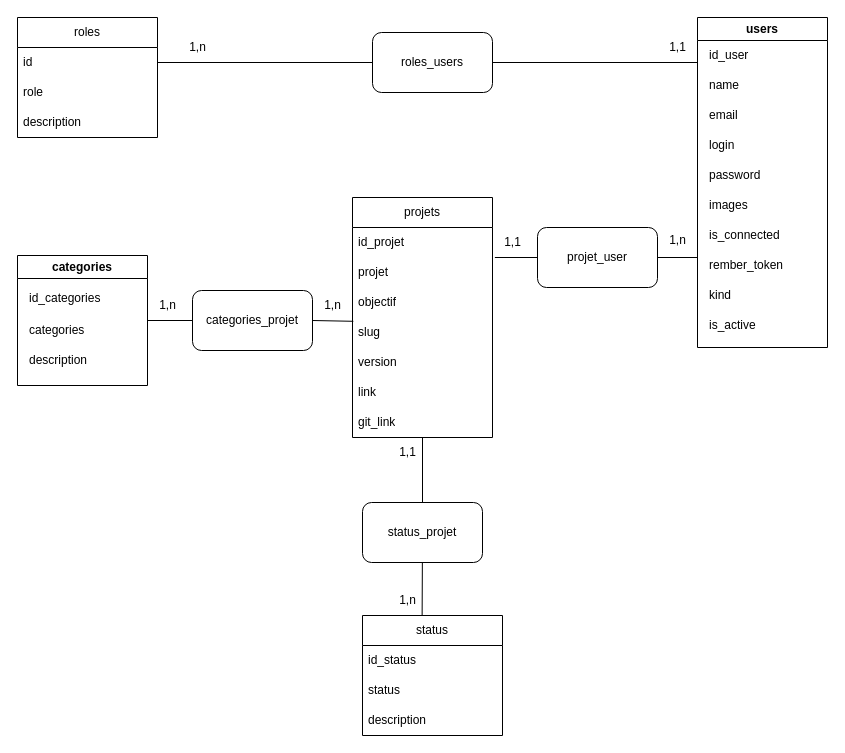
This is portefolio.drawio from bonheurKhmr/portefolio-backend, a draw.io file, before an edit. Source tidied: cells renumbered, new cells numbered last; positions are measured from the earlier drawing's top-left corner, leaving out a move shared by most shapes. Both pictures are drawn from the tidied source at 100%, with x=0, y=0 at pixel (17, 17).
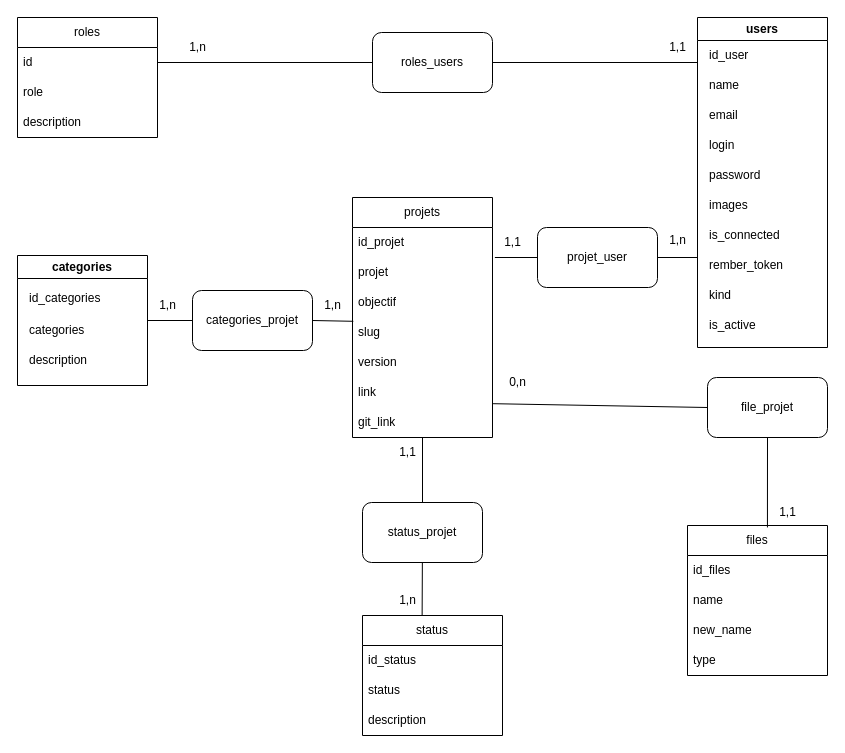
The same diagram, later.

The change refers to these unchanged cells:
```xml
<mxCell id="36" value="link" style="text;strokeColor=none;fillColor=none;align=left;verticalAlign=middle;spacingLeft=4;spacingRight=4;overflow=hidden;points=[[0,0.5],[1,0.5]];portConstraint=eastwest;whiteSpace=wrap;html=1;" parent="30" vertex="1">
  <mxGeometry y="180" width="140" height="30" as="geometry" />
</mxCell>
```

The edit, as a diff of the source:
```diff
@@
+    <mxCell id="53" value="files" style="swimlane;fontStyle=0;horizontal=1;startSize=30;whiteSpace=wrap;html=1;" parent="1" vertex="1">
+      <mxGeometry x="670" y="508" width="140" height="150" as="geometry" />
+    </mxCell>
+    <mxCell id="54" value="id_files" style="text;strokeColor=none;fillColor=none;align=left;verticalAlign=middle;spacingLeft=4;spacingRight=4;overflow=hidden;whiteSpace=wrap;html=1;" parent="53" vertex="1">
+      <mxGeometry y="30" width="140" height="30" as="geometry" />
+    </mxCell>
+    <mxCell id="55" value="name" style="text;strokeColor=none;fillColor=none;align=left;verticalAlign=middle;spacingLeft=4;spacingRight=4;overflow=hidden;whiteSpace=wrap;html=1;" parent="53" vertex="1">
+      <mxGeometry y="60" width="140" height="30" as="geometry" />
+    </mxCell>
+    <mxCell id="56" value="new_name" style="text;strokeColor=none;fillColor=none;align=left;verticalAlign=middle;spacingLeft=4;spacingRight=4;overflow=hidden;whiteSpace=wrap;html=1;" parent="53" vertex="1">
+      <mxGeometry y="90" width="140" height="30" as="geometry" />
+    </mxCell>
+    <mxCell id="57" value="type" style="text;strokeColor=none;fillColor=none;align=left;verticalAlign=middle;spacingLeft=4;spacingRight=4;overflow=hidden;whiteSpace=wrap;html=1;" parent="53" vertex="1">
+      <mxGeometry y="120" width="140" height="30" as="geometry" />
+    </mxCell>
+    <mxCell id="58" value="file_&lt;span style=&quot;background-color: initial;&quot;&gt;projet&lt;/span&gt;" style="rounded=1;whiteSpace=wrap;html=1;" parent="1" vertex="1">
+      <mxGeometry x="690" y="360" width="120" height="60" as="geometry" />
+    </mxCell>
+    <mxCell id="59" style="endArrow=none;html=1;rounded=0;entryX=0.5;entryY=1;entryDx=0;entryDy=0;exitX=0.571;exitY=0.013;exitDx=0;exitDy=0;exitPerimeter=0;" parent="1" edge="1" source="53" target="58">
+      <mxGeometry relative="1" as="geometry" />
+    </mxCell>
+    <mxCell id="60" style="endArrow=none;html=1;rounded=0;entryX=0;entryY=0.5;entryDx=0;entryDy=0;exitX=1.004;exitY=0.873;exitDx=0;exitDy=0;exitPerimeter=0;" parent="1" edge="1" source="36" target="58">
+      <mxGeometry relative="1" as="geometry" />
+    </mxCell>
+    <mxCell id="61" value="1,1" style="text;html=1;align=center;verticalAlign=middle;strokeColor=none;fillColor=none;" parent="1" vertex="1">
+      <mxGeometry x="750" y="480" width="40" height="30" as="geometry" />
+    </mxCell>
+    <mxCell id="62" value="0&lt;span style=&quot;background-color: initial;&quot;&gt;,n&lt;/span&gt;" style="text;html=1;align=center;verticalAlign=middle;strokeColor=none;fillColor=none;" parent="1" vertex="1">
+      <mxGeometry x="480" y="350" width="40" height="30" as="geometry" />
+    </mxCell>
```
